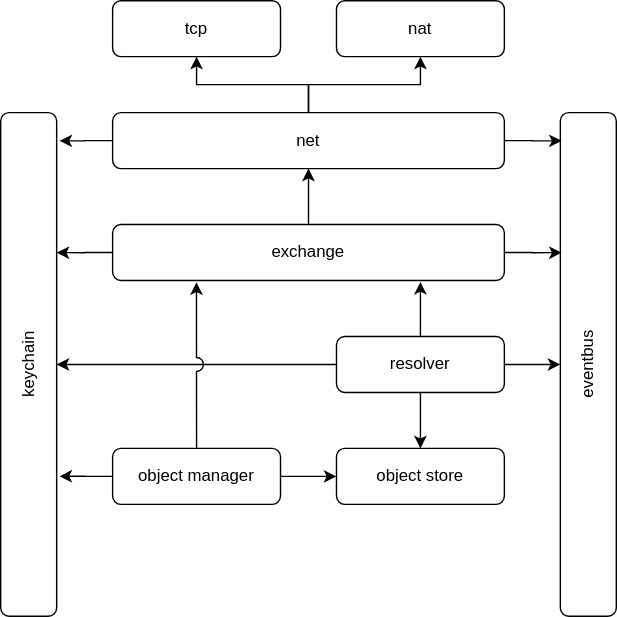
The draw.io diagram README-lib-architecture.drawio.svg in nimona/go-nimona, before a commit. Source tidied: cells renumbered, new cells last; positions are measured from the earlier drawing's top-left corner, leaving out a move shared by most shapes.
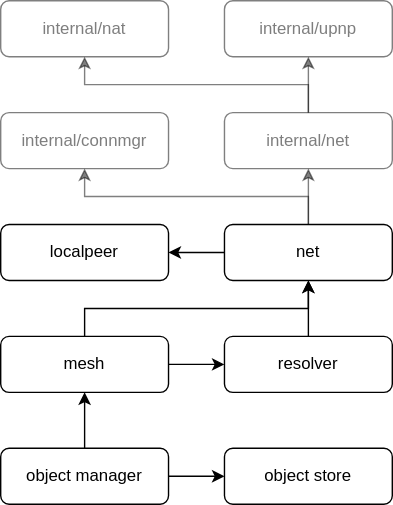
Later version of the same file.

Change to the diagram source:
```diff
@@ -2,80 +2,80 @@
   <root>
     <mxCell id="0" />
     <mxCell id="1" parent="0" />
-    <mxCell id="2" value="keychain" style="rounded=1;whiteSpace=wrap;html=1;portConstraintRotation=0;horizontal=0;" parent="1" vertex="1">
-      <mxGeometry y="80" width="40" height="360" as="geometry" />
-    </mxCell>
-    <mxCell id="3" value="eventbus" style="rounded=1;whiteSpace=wrap;html=1;horizontal=0;" parent="1" vertex="1">
-      <mxGeometry x="400" y="80" width="40" height="360" as="geometry" />
-    </mxCell>
-    <mxCell id="4" style="edgeStyle=orthogonalEdgeStyle;rounded=0;jettySize=auto;html=1;entryX=0.025;entryY=0.056;entryDx=0;entryDy=0;entryPerimeter=0;" parent="1" edge="1" source="8" target="3">
-      <mxGeometry relative="1" as="geometry" />
-    </mxCell>
-    <mxCell id="5" style="edgeStyle=orthogonalEdgeStyle;rounded=0;jettySize=auto;html=1;entryX=1.05;entryY=0.056;entryDx=0;entryDy=0;entryPerimeter=0;" parent="1" edge="1" source="8" target="2">
-      <mxGeometry relative="1" as="geometry" />
-    </mxCell>
-    <mxCell id="6" style="edgeStyle=orthogonalEdgeStyle;rounded=0;jettySize=auto;html=1;entryX=0.5;entryY=1;entryDx=0;entryDy=0;" parent="1" edge="1" source="8" target="24">
-      <mxGeometry relative="1" as="geometry" />
-    </mxCell>
-    <mxCell id="7" style="edgeStyle=orthogonalEdgeStyle;rounded=0;jettySize=auto;html=1;entryX=0.5;entryY=1;entryDx=0;entryDy=0;" parent="1" edge="1" source="8" target="23">
-      <mxGeometry relative="1" as="geometry" />
-    </mxCell>
+    <mxCell id="25" style="edgeStyle=orthogonalEdgeStyle;rounded=0;jettySize=auto;html=1;entryX=0.5;entryY=1;entryDx=0;entryDy=0;textOpacity=50;opacity=50;" parent="1" edge="1" source="8" target="30">
+      <mxGeometry relative="1" as="geometry">
+        <Array as="points">
+          <mxPoint x="460" y="140" />
+          <mxPoint x="300" y="140" />
+        </Array>
+      </mxGeometry>
+    </mxCell>
+    <mxCell id="26" style="edgeStyle=orthogonalEdgeStyle;rounded=0;jettySize=auto;html=1;entryX=0.5;entryY=1;entryDx=0;entryDy=0;textOpacity=50;opacity=50;" parent="1" edge="1" source="8" target="33">
+      <mxGeometry relative="1" as="geometry" />
+    </mxCell>
+    <mxCell id="27" style="edgeStyle=orthogonalEdgeStyle;rounded=0;jettySize=auto;html=1;entryX=1;entryY=0.5;entryDx=0;entryDy=0;" parent="1" edge="1" source="8" target="34">
+      <mxGeometry relative="1" as="geometry" />
+    </mxCell>
     <mxCell id="8" value="net" style="rounded=1;whiteSpace=wrap;html=1;" parent="1" vertex="1">
-      <mxGeometry x="80" y="80" width="280" height="40" as="geometry" />
+      <mxGeometry x="400" y="160" width="120" height="40" as="geometry" />
     </mxCell>
     <mxCell id="9" style="edgeStyle=orthogonalEdgeStyle;rounded=0;jettySize=auto;html=1;entryX=0.5;entryY=1;entryDx=0;entryDy=0;" parent="1" edge="1" source="12" target="8">
-      <mxGeometry relative="1" as="geometry" />
+      <mxGeometry relative="1" as="geometry">
+        <Array as="points">
+          <mxPoint x="300" y="220" />
+          <mxPoint x="460" y="220" />
+        </Array>
+      </mxGeometry>
     </mxCell>
-    <mxCell id="10" style="edgeStyle=orthogonalEdgeStyle;rounded=0;jettySize=auto;html=1;entryX=0.025;entryY=0.278;entryDx=0;entryDy=0;entryPerimeter=0;" parent="1" edge="1" source="12" target="3">
-      <mxGeometry relative="1" as="geometry" />
-    </mxCell>
-    <mxCell id="11" style="edgeStyle=orthogonalEdgeStyle;rounded=0;jettySize=auto;html=1;entryX=1;entryY=0.278;entryDx=0;entryDy=0;entryPerimeter=0;" parent="1" edge="1" source="12" target="2">
-      <mxGeometry relative="1" as="geometry" />
-    </mxCell>
+    <mxCell id="28" style="edgeStyle=orthogonalEdgeStyle;rounded=0;jettySize=auto;html=1;entryX=0;entryY=0.5;entryDx=0;entryDy=0;" parent="1" edge="1" source="12" target="17">
+      <mxGeometry relative="1" as="geometry" />
+    </mxCell>
-    <mxCell id="12" value="exchange" style="rounded=1;whiteSpace=wrap;html=1;" parent="1" vertex="1">
-      <mxGeometry x="80" y="160" width="280" height="40" as="geometry" />
+    <mxCell id="12" value="mesh" style="rounded=1;whiteSpace=wrap;html=1;" parent="1" vertex="1">
+      <mxGeometry x="240" y="240" width="120" height="40" as="geometry" />
     </mxCell>
-    <mxCell id="13" style="edgeStyle=orthogonalEdgeStyle;rounded=0;jettySize=auto;html=1;entryX=0;entryY=0.5;entryDx=0;entryDy=0;" parent="1" edge="1" source="17" target="3">
-      <mxGeometry relative="1" as="geometry" />
-    </mxCell>
-    <mxCell id="14" style="edgeStyle=orthogonalEdgeStyle;rounded=0;jettySize=auto;html=1;" parent="1" edge="1" source="17">
-      <mxGeometry relative="1" as="geometry">
-        <mxPoint x="300" y="201" as="targetPoint" />
-      </mxGeometry>
-    </mxCell>
-    <mxCell id="15" style="edgeStyle=orthogonalEdgeStyle;rounded=0;jettySize=auto;html=1;entryX=1;entryY=0.5;entryDx=0;entryDy=0;jumpStyle=sharp;" parent="1" edge="1" source="17" target="2">
-      <mxGeometry relative="1" as="geometry" />
-    </mxCell>
-    <mxCell id="16" style="edgeStyle=orthogonalEdgeStyle;rounded=0;jumpStyle=arc;jumpSize=10;jettySize=auto;html=1;exitX=0.5;exitY=1;exitDx=0;exitDy=0;entryX=0.5;entryY=0;entryDx=0;entryDy=0;" parent="1" edge="1" source="17" target="22">
-      <mxGeometry relative="1" as="geometry" />
-    </mxCell>
+    <mxCell id="29" style="edgeStyle=orthogonalEdgeStyle;rounded=0;jettySize=auto;html=1;entryX=0.5;entryY=1;entryDx=0;entryDy=0;" parent="1" edge="1" source="17" target="8">
+      <mxGeometry relative="1" as="geometry" />
+    </mxCell>
     <mxCell id="17" value="resolver" style="rounded=1;whiteSpace=wrap;html=1;labelBackgroundColor=none;gradientColor=none;" parent="1" vertex="1">
-      <mxGeometry x="240" y="240" width="120" height="40" as="geometry" />
+      <mxGeometry x="400" y="240" width="120" height="40" as="geometry" />
     </mxCell>
+    <mxCell id="20" style="edgeStyle=orthogonalEdgeStyle;rounded=0;jettySize=auto;html=1;entryX=0.5;entryY=1;entryDx=0;entryDy=0;" parent="1" edge="1" source="21" target="12">
+      <mxGeometry relative="1" as="geometry" />
+    </mxCell>
     <mxCell id="18" style="edgeStyle=orthogonalEdgeStyle;rounded=0;jettySize=auto;html=1;entryX=0;entryY=0.5;entryDx=0;entryDy=0;" parent="1" edge="1" source="21" target="22">
       <mxGeometry relative="1" as="geometry" />
     </mxCell>
-    <mxCell id="19" style="edgeStyle=orthogonalEdgeStyle;rounded=0;jettySize=auto;html=1;entryX=1.05;entryY=0.722;entryDx=0;entryDy=0;entryPerimeter=0;" parent="1" edge="1" source="21" target="2">
-      <mxGeometry relative="1" as="geometry" />
-    </mxCell>
-    <mxCell id="20" style="edgeStyle=orthogonalEdgeStyle;rounded=0;jettySize=auto;html=1;exitX=0.5;exitY=0;exitDx=0;exitDy=0;entryX=0.214;entryY=1.032;entryDx=0;entryDy=0;entryPerimeter=0;jumpStyle=arc;jumpSize=10;" parent="1" edge="1" source="21" target="12">
-      <mxGeometry relative="1" as="geometry">
-        <Array as="points">
-          <mxPoint x="140" y="240" />
-        </Array>
-      </mxGeometry>
-    </mxCell>
     <mxCell id="21" value="object manager" style="rounded=1;whiteSpace=wrap;html=1;" parent="1" vertex="1">
-      <mxGeometry x="80" y="320" width="120" height="40" as="geometry" />
+      <mxGeometry x="240" y="320" width="120" height="40" as="geometry" />
     </mxCell>
     <mxCell id="22" value="object store" style="rounded=1;whiteSpace=wrap;html=1;" parent="1" vertex="1">
-      <mxGeometry x="240" y="320" width="120" height="40" as="geometry" />
+      <mxGeometry x="400" y="320" width="120" height="40" as="geometry" />
     </mxCell>
-    <mxCell id="23" value="nat" style="rounded=1;whiteSpace=wrap;html=1;" parent="1" vertex="1">
+    <mxCell id="23" value="internal/nat" style="rounded=1;whiteSpace=wrap;html=1;opacity=50;textOpacity=50;" parent="1" vertex="1">
       <mxGeometry x="240" width="120" height="40" as="geometry" />
     </mxCell>
-    <mxCell id="24" value="tcp" style="rounded=1;whiteSpace=wrap;html=1;" parent="1" vertex="1">
-      <mxGeometry x="80" width="120" height="40" as="geometry" />
+    <mxCell id="24" value="internal/upnp" style="rounded=1;whiteSpace=wrap;html=1;opacity=50;textOpacity=50;" parent="1" vertex="1">
+      <mxGeometry x="400" width="120" height="40" as="geometry" />
     </mxCell>
+    <mxCell id="30" value="internal/connmgr" style="rounded=1;whiteSpace=wrap;html=1;opacity=50;textOpacity=50;" parent="1" vertex="1">
+      <mxGeometry x="240" y="80" width="120" height="40" as="geometry" />
+    </mxCell>
+    <mxCell id="31" style="edgeStyle=orthogonalEdgeStyle;rounded=0;jettySize=auto;html=1;entryX=0.5;entryY=1;entryDx=0;entryDy=0;textOpacity=50;opacity=50;" parent="1" edge="1" source="33" target="24">
+      <mxGeometry relative="1" as="geometry" />
+    </mxCell>
+    <mxCell id="32" style="edgeStyle=orthogonalEdgeStyle;rounded=0;jettySize=auto;html=1;entryX=0.5;entryY=1;entryDx=0;entryDy=0;textOpacity=50;opacity=50;" parent="1" edge="1" source="33" target="23">
+      <mxGeometry relative="1" as="geometry">
+        <Array as="points">
+          <mxPoint x="460" y="60" />
+          <mxPoint x="300" y="60" />
+        </Array>
+      </mxGeometry>
+    </mxCell>
+    <mxCell id="33" value="internal/net" style="rounded=1;whiteSpace=wrap;html=1;opacity=50;textOpacity=50;" parent="1" vertex="1">
+      <mxGeometry x="400" y="80" width="120" height="40" as="geometry" />
+    </mxCell>
+    <mxCell id="34" value="localpeer" style="rounded=1;whiteSpace=wrap;html=1;" parent="1" vertex="1">
+      <mxGeometry x="240" y="160" width="120" height="40" as="geometry" />
+    </mxCell>
   </root>
 </mxGraphModel>
```
